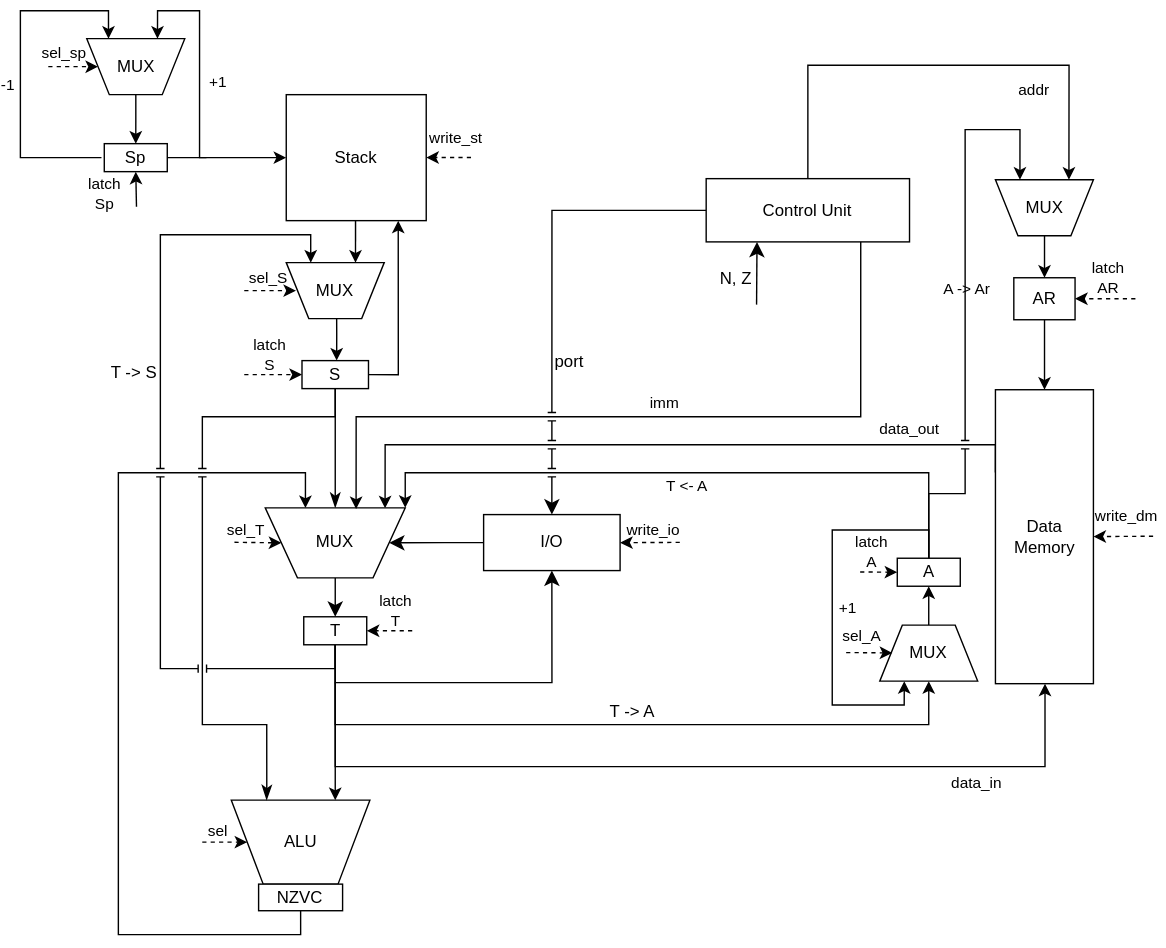
This is schemes/DataPath.svg from ni-hvosta-in/lab4-csa, a draw.io export, as it was before one commit. Source tidied: cells renumbered, new cells last; positions are measured from the earlier drawing's top-left corner, leaving out a move shared by most shapes.
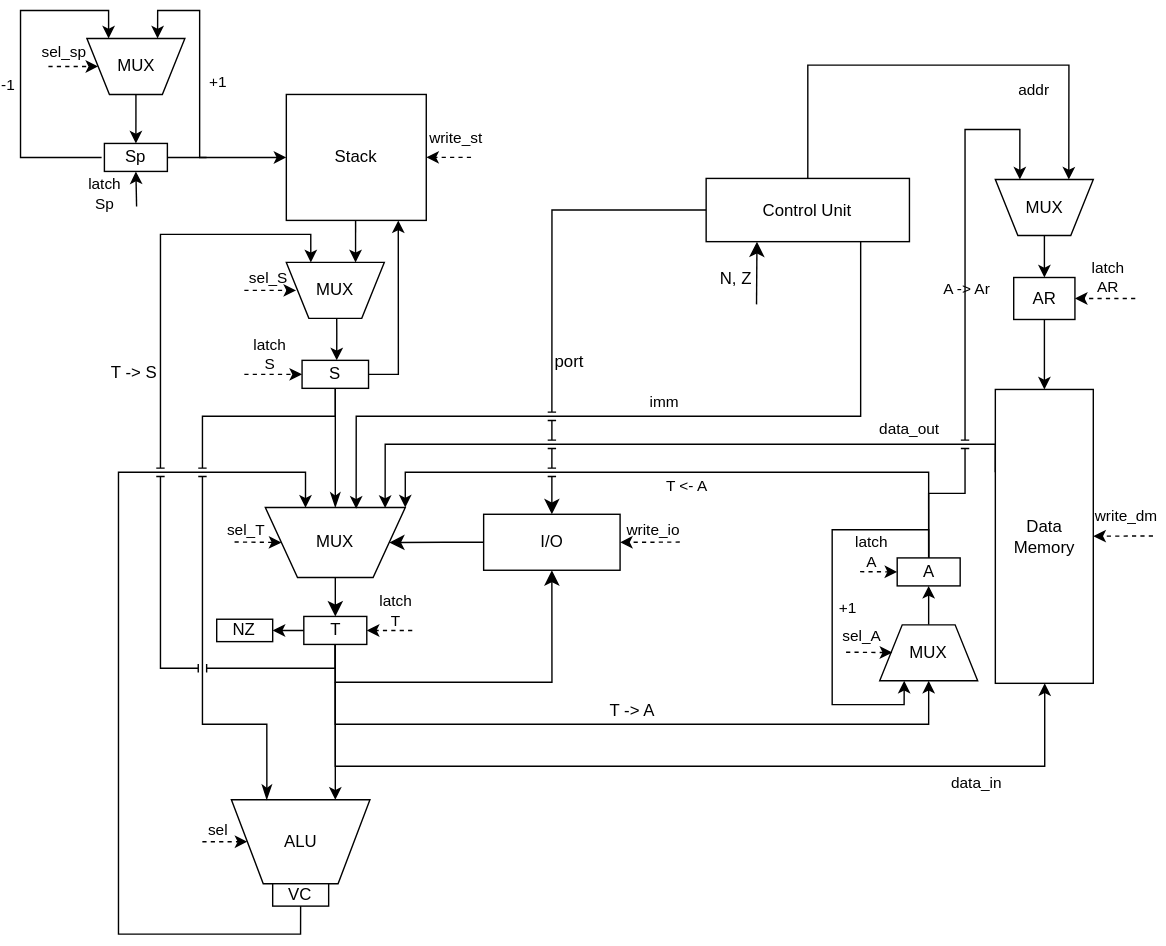
Above is the later version.

Diff of the diagram source:
```diff
@@ -451,8 +451,8 @@
         <mxPoint x="-5" y="-11" as="offset" />
       </mxGeometry>
     </mxCell>
-    <mxCell id="85" value="NZVC" style="rounded=0;whiteSpace=wrap;html=1;glass=0;labelBackgroundColor=none;" parent="1" vertex="1">
-      <mxGeometry x="170.2" y="624" width="60" height="19" as="geometry" />
+    <mxCell id="85" value="VC" style="rounded=0;whiteSpace=wrap;html=1;glass=0;labelBackgroundColor=none;" parent="1" vertex="1">
+      <mxGeometry x="180.2" y="624" width="40" height="16" as="geometry" />
     </mxCell>
     <mxCell id="86" style="endArrow=classic;html=1;rounded=0;fontSize=12;startSize=8;endSize=8;curved=1;entryX=0.25;entryY=1;entryDx=0;entryDy=0;labelBackgroundColor=none;fontColor=default;" parent="1" edge="1" target="66">
       <mxGeometry relative="1" as="geometry">
@@ -475,5 +475,11 @@
         <mxPoint x="4" y="-16" as="offset" />
       </mxGeometry>
     </mxCell>
+    <mxCell id="90" value="NZ" style="rounded=0;whiteSpace=wrap;html=1;glass=0;labelBackgroundColor=none;" parent="1" vertex="1">
+      <mxGeometry x="140.2" y="435" width="40" height="16" as="geometry" />
+    </mxCell>
+    <mxCell id="91" style="edgeStyle=orthogonalEdgeStyle;rounded=0;jettySize=auto;html=1;entryX=1;entryY=0.5;entryDx=0;entryDy=0;" parent="1" edge="1" source="27" target="90">
+      <mxGeometry relative="1" as="geometry" />
+    </mxCell>
   </root>
 </mxGraphModel>
```
